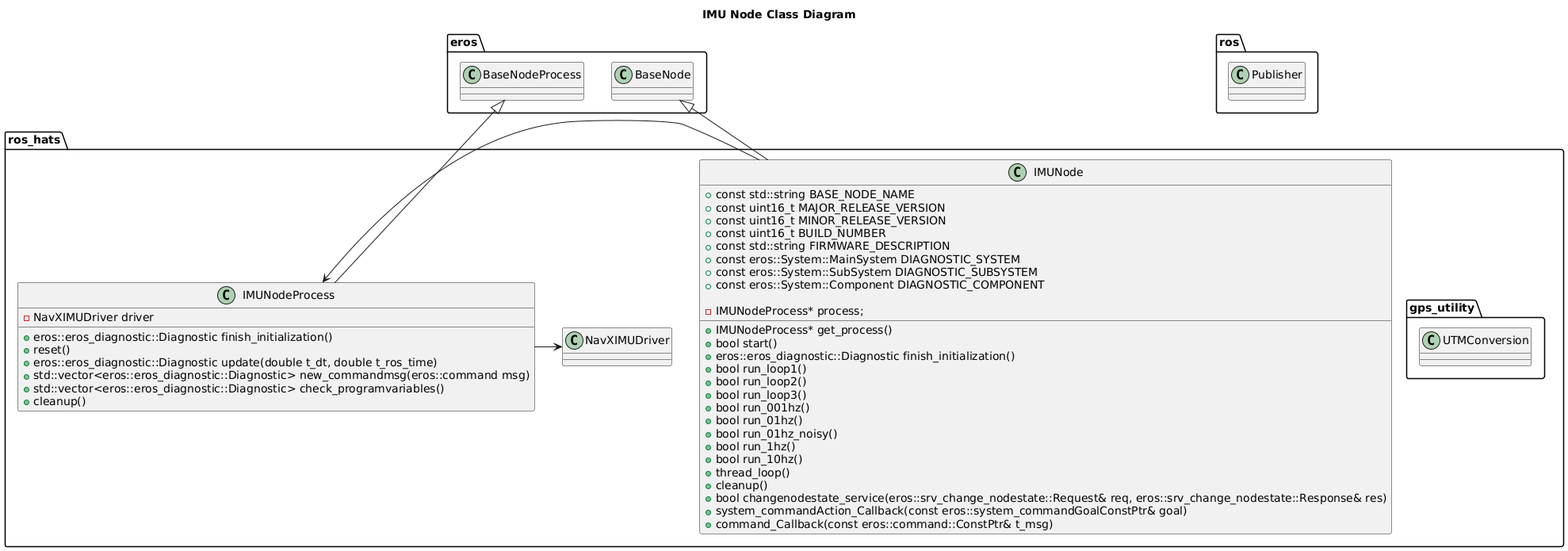
Earlier version of the PlantUML export nodes/IMUNode/doc/output/IMUNodeClassDiagram.png (fastrobotics/fast_sensors). Source of this version:
```plantuml
@startuml
title IMU Node Class Diagram
package ros {
  class Publisher
}
package eros {
  class BaseNode
  class BaseNodeProcess
}

package ros_hats {
  namespace gps_utility {
    class UTMConversion
  }
  class IMUNode  {
      +const std::string BASE_NODE_NAME
      +const uint16_t MAJOR_RELEASE_VERSION
      +const uint16_t MINOR_RELEASE_VERSION
      +const uint16_t BUILD_NUMBER
      +const std::string FIRMWARE_DESCRIPTION
      +const eros::System::MainSystem DIAGNOSTIC_SYSTEM
      +const eros::System::SubSystem DIAGNOSTIC_SUBSYSTEM
      +const eros::System::Component DIAGNOSTIC_COMPONENT
      +IMUNodeProcess* get_process()
      +bool start()
      +eros::eros_diagnostic::Diagnostic finish_initialization()
      +bool run_loop1()
      +bool run_loop2()
      +bool run_loop3()
      +bool run_001hz()
      +bool run_01hz()
      +bool run_01hz_noisy()
      +bool run_1hz()
      +bool run_10hz()
      +thread_loop()
      +cleanup()
      +bool changenodestate_service(eros::srv_change_nodestate::Request& req, eros::srv_change_nodestate::Response& res)
      +system_commandAction_Callback(const eros::system_commandGoalConstPtr& goal)
      +command_Callback(const eros::command::ConstPtr& t_msg)

      -IMUNodeProcess* process;
  }
  class IMUNodeProcess  {
      +eros::eros_diagnostic::Diagnostic finish_initialization()
      +reset()
      +eros::eros_diagnostic::Diagnostic update(double t_dt, double t_ros_time)
      +std::vector<eros::eros_diagnostic::Diagnostic> new_commandmsg(eros::command msg)
      +std::vector<eros::eros_diagnostic::Diagnostic> check_programvariables()
      +cleanup()
      -NavXIMUDriver driver

  }
  class NavXIMUDriver
  BaseNode <|-- IMUNode
  BaseNodeProcess <|-- IMUNodeProcess
  IMUNode -> IMUNodeProcess
  IMUNodeProcess -> NavXIMUDriver
}
@enduml
```
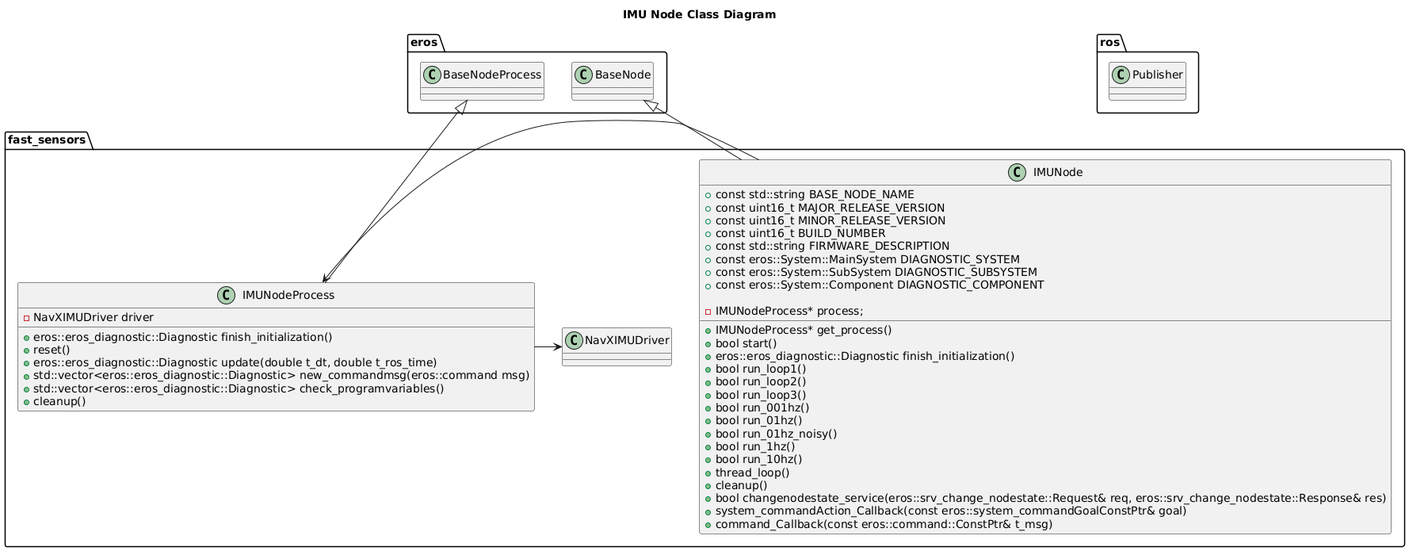
The same diagram one commit later.

What changed in the source:
```diff
@@ -8,10 +8,7 @@
   class BaseNodeProcess
 }
 
-package ros_hats {
-  namespace gps_utility {
-    class UTMConversion
-  }
+package fast_sensors {
   class IMUNode  {
       +const std::string BASE_NODE_NAME
       +const uint16_t MAJOR_RELEASE_VERSION
```
